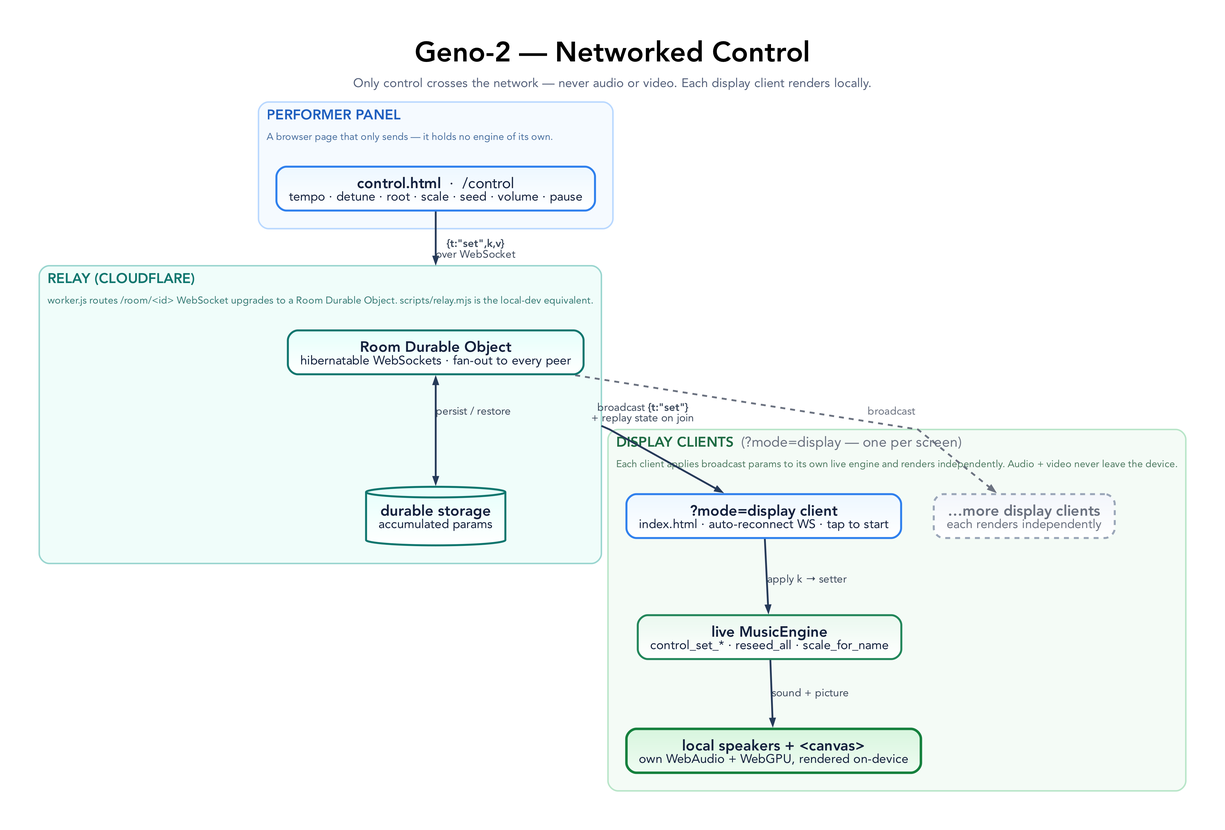
tre-systems/geno-2 keeps this Graphviz diagram as docs/diagrams/networked-control.png. Above is the earlier version. Its source is kept beside it as docs/diagrams/networked-control.dot. The source it was exported from:
```dot
digraph NetworkedControl {
  graph [
    rankdir=TB,
    bgcolor="#ffffff",
    pad="0.55",
    nodesep="0.55",
    ranksep="0.9",
    splines=polyline,
    outputorder=edgesfirst,
    compound=true,
    newrank=true,
    forcelabels=true,
    fontname="Avenir",
    label=<
      <TABLE BORDER="0" CELLBORDER="0" CELLSPACING="0" CELLPADDING="0">
        <TR><TD><FONT POINT-SIZE="34"><B>Geno-2 — Networked Control</B></FONT></TD></TR>
        <TR><TD><FONT POINT-SIZE="15" COLOR="#54607a">Only control crosses the network — never audio or video. Each display client renders locally.</FONT></TD></TR>
      </TABLE>
    >,
    labelloc=t,
    labeljust=c
  ];

  node [
    shape=box,
    style="rounded,filled",
    margin="0.21,0.13",
    width=3.05,
    height=0.74,
    fixedsize=false,
    fontname="Avenir",
    fontsize=18,
    penwidth=2.4,
    fontcolor="#14213d",
    color="#2264c7",
    fillcolor="#eaf3ff:#ffffff",
    gradientangle=270
  ];

  edge [
    color="#263a59",
    fontname="Avenir",
    fontsize=13,
    fontcolor="#3d4a5c",
    penwidth=2.2,
    arrowsize=0.78
  ];

  subgraph cluster_performer {
    graph [
      label=<
        <TABLE BORDER="0" CELLBORDER="0" CELLSPACING="0" CELLPADDING="2">
          <TR><TD ALIGN="LEFT"><FONT POINT-SIZE="17" COLOR="#1f5fbf"><B>PERFORMER PANEL</B></FONT></TD></TR>
          <TR><TD ALIGN="LEFT"><FONT POINT-SIZE="12" COLOR="#496f9f">A browser page that only sends — it holds no engine of its own.</FONT></TD></TR>
        </TABLE>
      >,
      labelloc=t, labeljust=l,
      color="#b9d8ff", fillcolor="#f5faff", style="rounded,filled", penwidth=1.8, margin=22
    ];
    P1 [label=<<B>control.html</B>  ·  /control<BR/><FONT POINT-SIZE="15">tempo · detune · root · scale · seed · volume · pause</FONT>>, fillcolor="#edf7ff:#ffffff", color="#2f80ed"];
  }

  subgraph cluster_relay {
    graph [
      label=<
        <TABLE BORDER="0" CELLBORDER="0" CELLSPACING="0" CELLPADDING="2">
          <TR><TD ALIGN="LEFT"><FONT POINT-SIZE="17" COLOR="#0f766e"><B>RELAY (CLOUDFLARE)</B></FONT></TD></TR>
          <TR><TD ALIGN="LEFT"><FONT POINT-SIZE="12" COLOR="#357a74">worker.js routes /room/&lt;id&gt; WebSocket upgrades to a Room Durable Object. scripts/relay.mjs is the local-dev equivalent.</FONT></TD></TR>
        </TABLE>
      >,
      labelloc=t, labeljust=l,
      color="#99d5cf", fillcolor="#f0fdfa", style="rounded,filled", penwidth=1.8, margin=22
    ];
    R1 [label=<<B>Room Durable Object</B><BR/><FONT POINT-SIZE="15">hibernatable WebSockets · fan-out to every peer</FONT>>, fillcolor="#e6fffb:#ffffff", color="#0f766e"];
    STORE [label=<<B>durable storage</B><BR/><FONT POINT-SIZE="15">accumulated params</FONT>>, shape=cylinder, fillcolor="#e6fffb:#ffffff", color="#0f766e", width=2.0, height=0.9];
    R1 -> STORE [dir=both, label="persist / restore", minlen=1];
  }

  subgraph cluster_display {
    graph [
      label=<
        <TABLE BORDER="0" CELLBORDER="0" CELLSPACING="0" CELLPADDING="2">
          <TR><TD ALIGN="LEFT"><FONT POINT-SIZE="17" COLOR="#1e6b43"><B>DISPLAY CLIENTS</B>  <FONT COLOR="#6b7280">(?mode=display — one per screen)</FONT></FONT></TD></TR>
          <TR><TD ALIGN="LEFT"><FONT POINT-SIZE="12" COLOR="#4e7a61">Each client applies broadcast params to its own live engine and renders independently. Audio + video never leave the device.</FONT></TD></TR>
        </TABLE>
      >,
      labelloc=t, labeljust=l,
      color="#b8e5c8", fillcolor="#f4fbf6", style="rounded,filled", penwidth=1.8, margin=22
    ];
    D1 [label=<<B>?mode=display client</B><BR/><FONT POINT-SIZE="15">index.html · auto-reconnect WS · tap to start</FONT>>, fillcolor="#edf7ff:#ffffff", color="#2f80ed"];
    D2 [label=<<B>live MusicEngine</B><BR/><FONT POINT-SIZE="15">control_set_* · reseed_all · scale_for_name</FONT>>, fillcolor="#eaf8ef:#ffffff", color="#22865a"];
    D3 [label=<<B>local speakers + &lt;canvas&gt;</B><BR/><FONT POINT-SIZE="15">own WebAudio + WebGPU, rendered on-device</FONT>>, fillcolor="#d8f5de:#effcf2", color="#15803d", penwidth=3.0];
    DMORE [label=<<B>…more display clients</B><BR/><FONT POINT-SIZE="15">each renders independently</FONT>>, fillcolor="#f3f6fb:#ffffff", color="#9aa6b8", fontcolor="#6b7280", style="rounded,filled,dashed"];

    D1 -> D2 [label="apply k → setter"];
    D2 -> D3 [label="sound + picture"];
  }

  P1 -> R1 [lhead=cluster_relay, label=<<B>{t:"set",k,v}</B><BR/>over WebSocket>];
  R1 -> D1 [ltail=cluster_relay, label=<broadcast <B>{t:"set"}</B><BR/>+ replay state on join>];
  R1 -> DMORE [label="broadcast", color="#6b7280", fontcolor="#6b7280", style=dashed];
}
```
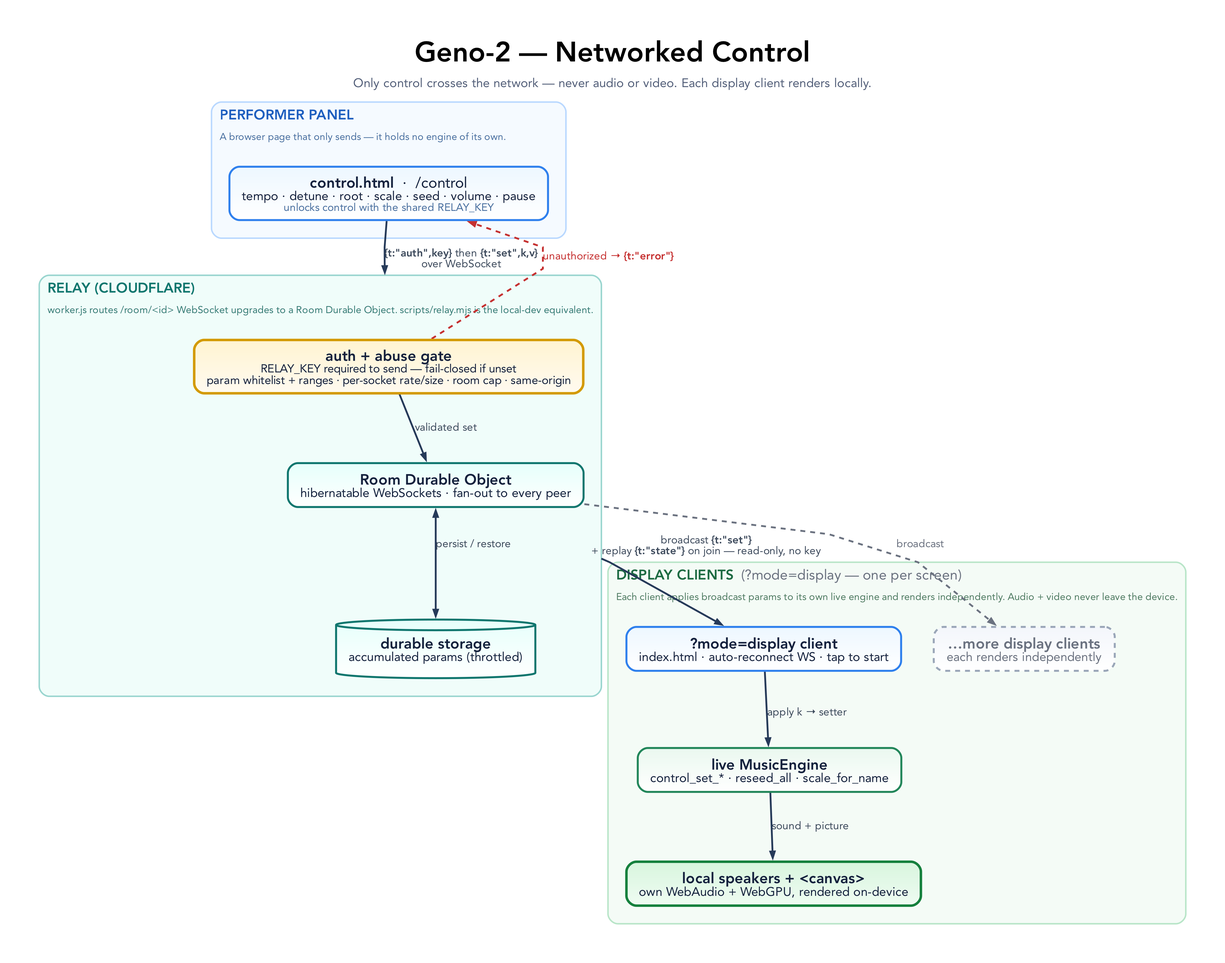
After the change.

Commit message:
Show the auth + abuse gate in the networked-control diagram

The diagram predated the relay hardening; add the auth handshake
({t:auth} then {t:set}), the fail-closed RELAY_KEY gate with its parameter
whitelist and rate/size/connection limits, the unauthorized -> error path, and
that display clients receive read-only without a key. Re-rendered the PNG.

What changed in the source:
```diff
@@ -57,7 +57,7 @@
       labelloc=t, labeljust=l,
       color="#b9d8ff", fillcolor="#f5faff", style="rounded,filled", penwidth=1.8, margin=22
     ];
-    P1 [label=<<B>control.html</B>  ·  /control<BR/><FONT POINT-SIZE="15">tempo · detune · root · scale · seed · volume · pause</FONT>>, fillcolor="#edf7ff:#ffffff", color="#2f80ed"];
+    P1 [label=<<B>control.html</B>  ·  /control<BR/><FONT POINT-SIZE="15">tempo · detune · root · scale · seed · volume · pause</FONT><BR/><FONT POINT-SIZE="13" COLOR="#496f9f">unlocks control with the shared RELAY_KEY</FONT>>, fillcolor="#edf7ff:#ffffff", color="#2f80ed"];
   }
 
   subgraph cluster_relay {
@@ -71,8 +71,10 @@
       labelloc=t, labeljust=l,
       color="#99d5cf", fillcolor="#f0fdfa", style="rounded,filled", penwidth=1.8, margin=22
     ];
+    GATE [label=<<B>auth + abuse gate</B><BR/><FONT POINT-SIZE="14">RELAY_KEY required to send — fail-closed if unset</FONT><BR/><FONT POINT-SIZE="14">param whitelist + ranges · per-socket rate/size · room cap · same-origin</FONT>>, fillcolor="#fff4d1:#fffaf0", color="#d39a00", penwidth=3.0, width=3.7];
     R1 [label=<<B>Room Durable Object</B><BR/><FONT POINT-SIZE="15">hibernatable WebSockets · fan-out to every peer</FONT>>, fillcolor="#e6fffb:#ffffff", color="#0f766e"];
-    STORE [label=<<B>durable storage</B><BR/><FONT POINT-SIZE="15">accumulated params</FONT>>, shape=cylinder, fillcolor="#e6fffb:#ffffff", color="#0f766e", width=2.0, height=0.9];
+    STORE [label=<<B>durable storage</B><BR/><FONT POINT-SIZE="15">accumulated params (throttled)</FONT>>, shape=cylinder, fillcolor="#e6fffb:#ffffff", color="#0f766e", width=2.0, height=0.9];
+    GATE -> R1 [label="validated set"];
     R1 -> STORE [dir=both, label="persist / restore", minlen=1];
   }
 
@@ -96,7 +98,8 @@
     D2 -> D3 [label="sound + picture"];
   }
 
-  P1 -> R1 [lhead=cluster_relay, label=<<B>{t:"set",k,v}</B><BR/>over WebSocket>];
-  R1 -> D1 [ltail=cluster_relay, label=<broadcast <B>{t:"set"}</B><BR/>+ replay state on join>];
+  P1 -> GATE [lhead=cluster_relay, label=<<B>{t:"auth",key}</B> then <B>{t:"set",k,v}</B><BR/>over WebSocket>];
+  GATE -> P1 [label=<unauthorized → <B>{t:"error"}</B>>, color="#c53030", fontcolor="#c53030", style=dashed, constraint=false];
+  R1 -> D1 [ltail=cluster_relay, label=<broadcast <B>{t:"set"}</B><BR/>+ replay <B>{t:"state"}</B> on join — read-only, no key>];
   R1 -> DMORE [label="broadcast", color="#6b7280", fontcolor="#6b7280", style=dashed];
 }
```
